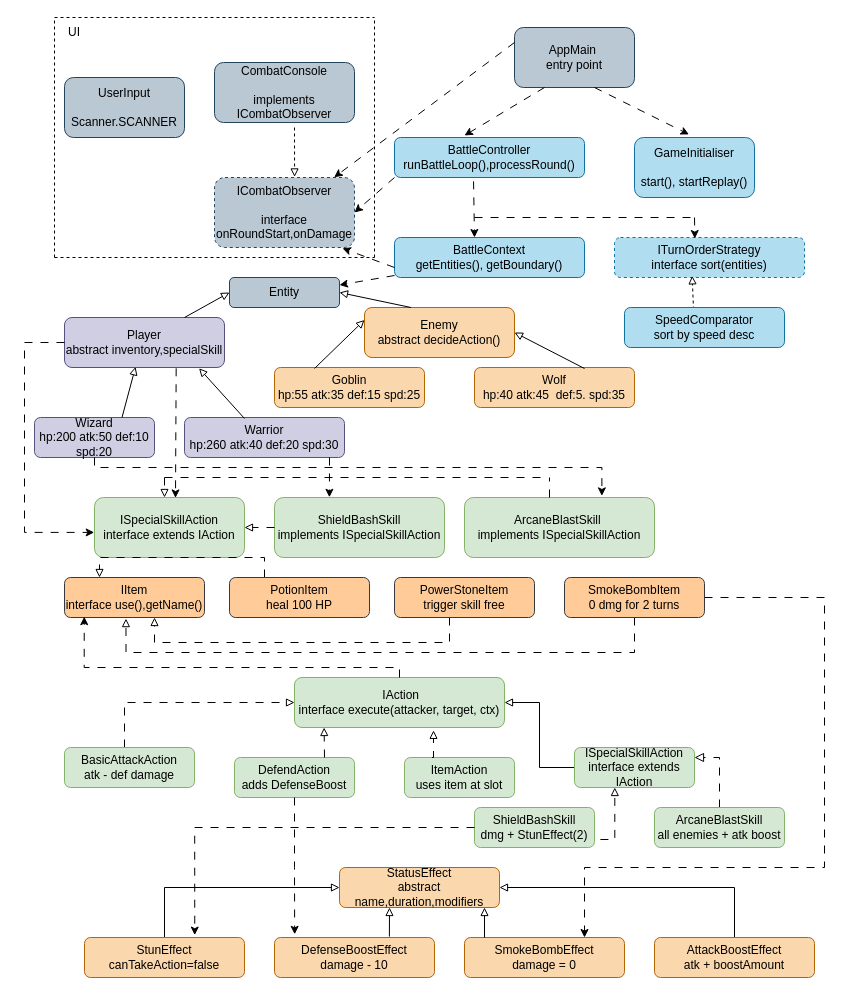
Above: 2002 UML Diagram.drawio in bebonger/SC2002-OOP-Assignment (draw.io), before the change. Source tidied: cells renumbered, new cells numbered last; positions are measured from the earlier drawing's top-left corner, leaving out a move shared by most shapes. Both pictures are drawn from the tidied source at 100%, with x=0, y=0 at pixel (24, 17).
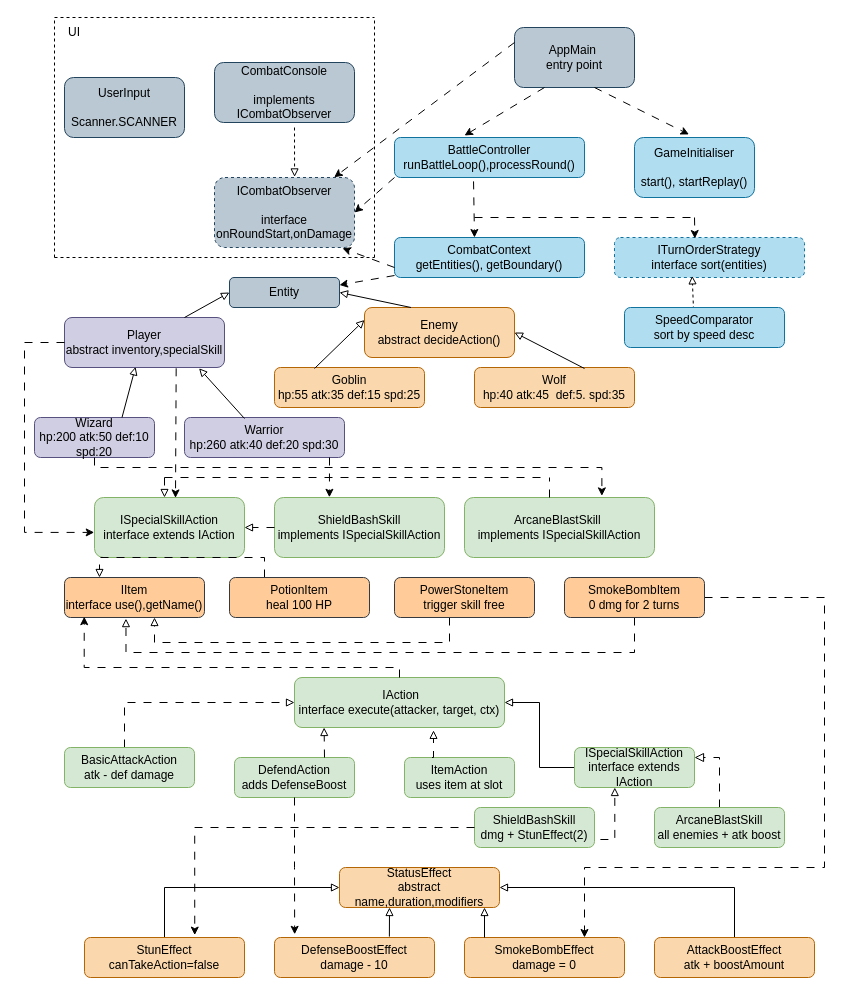
The same page after the edit.

Change to the diagram source:
```diff
@@
-    <mxCell id="16" value="BattleContext&lt;div&gt;getEntities(), getBoundary()&lt;/div&gt;" style="rounded=1;whiteSpace=wrap;html=1;fillColor=#b1ddf0;strokeColor=#10739e;" parent="1" vertex="1">
+    <mxCell id="16" value="CombatContext&lt;div&gt;getEntities(), getBoundary()&lt;/div&gt;" style="rounded=1;whiteSpace=wrap;html=1;fillColor=#b1ddf0;strokeColor=#10739e;" parent="1" vertex="1">
       <mxGeometry x="370" y="220" width="190" height="40" as="geometry" />
     </mxCell>
```
